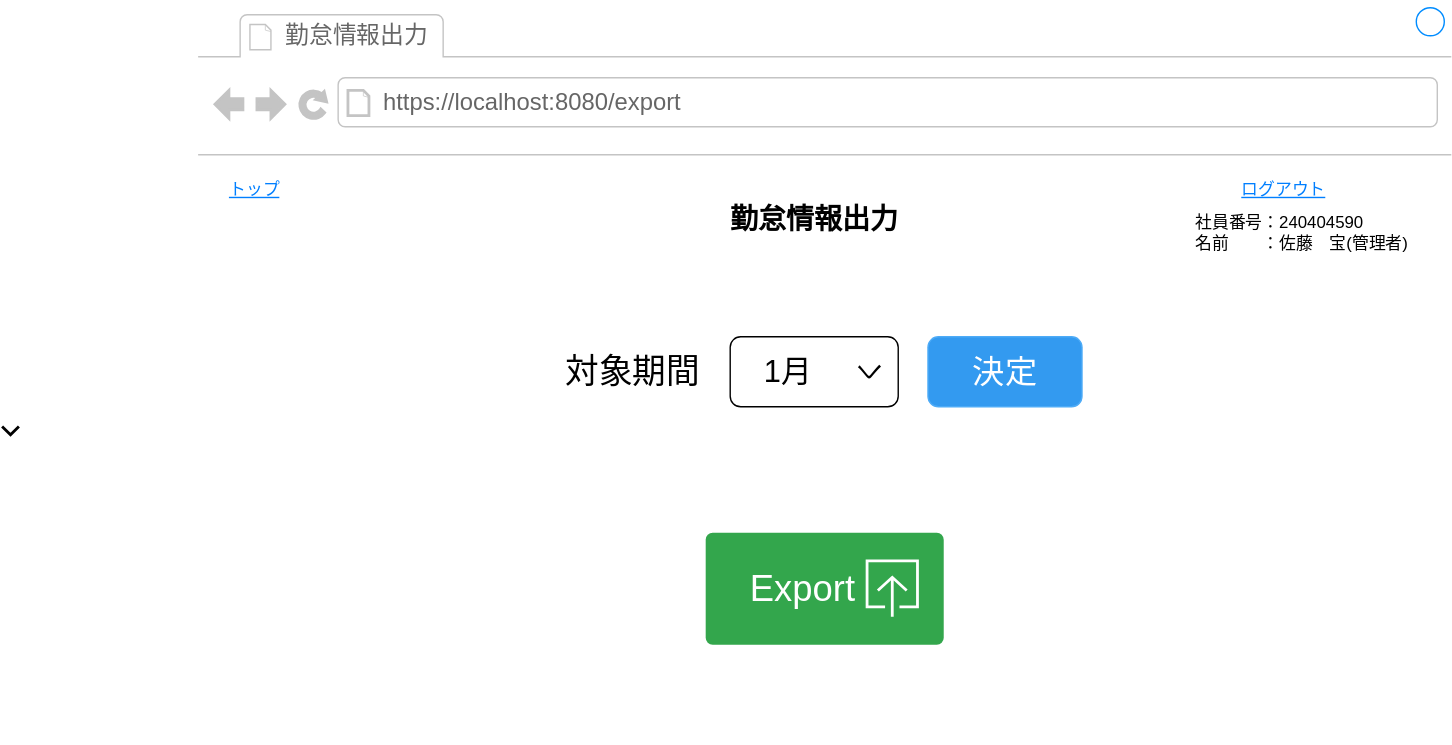
Earlier version of the draw.io export 02_基本設計/画面設計図/41_export.drawio.svg (ICT-Training-2026/team-project-15). Source tidied: cells renumbered, new cells last; positions are measured from the earlier drawing's top-left corner, leaving out a move shared by most shapes. The source it was exported from:
```xml
<mxGraphModel>
  <root>
    <mxCell id="0" />
    <mxCell id="1" parent="0" />
    <mxCell id="2" style="strokeWidth=1;shadow=0;dashed=0;align=center;html=1;shape=mxgraph.mockup.containers.browserWindow;rSize=0;strokeColor=light-dark(#ffffff, #1b5c90);strokeColor2=#008cff;strokeColor3=#c4c4c4;mainText=,;" parent="1" vertex="1">
      <mxGeometry x="140" width="895" height="530" as="geometry" />
    </mxCell>
    <mxCell id="3" value="勤怠情報出力" style="strokeWidth=1;shadow=0;dashed=0;align=center;html=1;shape=mxgraph.mockup.containers.anchor;fontSize=17;fontColor=#666666;align=left;whiteSpace=wrap;" parent="2" vertex="1">
      <mxGeometry x="60" y="12" width="110" height="26" as="geometry" />
    </mxCell>
    <mxCell id="4" value="https://localhost:8080/export" style="strokeWidth=1;shadow=0;dashed=0;align=center;html=1;shape=mxgraph.mockup.containers.anchor;rSize=0;fontSize=17;fontColor=#666666;align=left;" parent="2" vertex="1">
      <mxGeometry x="130" y="60" width="250" height="26" as="geometry" />
    </mxCell>
    <mxCell id="5" value="&lt;font color=&quot;#007fff&quot;&gt;&lt;u&gt;トップ&lt;/u&gt;&lt;/font&gt;" style="text;html=1;align=center;verticalAlign=middle;whiteSpace=wrap;rounded=0;" parent="2" vertex="1">
      <mxGeometry x="10" y="120" width="60" height="30" as="geometry" />
    </mxCell>
    <mxCell id="6" value="&lt;font color=&quot;#007fff&quot;&gt;&lt;u&gt;ログアウト&lt;/u&gt;&lt;/font&gt;" style="text;html=1;align=center;verticalAlign=middle;whiteSpace=wrap;rounded=0;" parent="2" vertex="1">
      <mxGeometry x="740" y="120" width="70" height="30" as="geometry" />
    </mxCell>
    <mxCell id="7" value="&lt;span style=&quot;font-size: 20px;&quot;&gt;&lt;b&gt;勤怠情報出力&lt;/b&gt;&lt;/span&gt;" style="text;html=1;align=center;verticalAlign=middle;whiteSpace=wrap;rounded=0;" parent="2" vertex="1">
      <mxGeometry x="366.2" y="140" width="147.5" height="30" as="geometry" />
    </mxCell>
    <mxCell id="8" value="&lt;div&gt;社員番号：240404590&lt;/div&gt;&lt;div&gt;名前　　：佐藤　宝(管理者)&lt;/div&gt;" style="text;html=1;align=left;verticalAlign=middle;whiteSpace=wrap;rounded=0;" parent="2" vertex="1">
      <mxGeometry x="710" y="150" width="160" height="30" as="geometry" />
    </mxCell>
    <mxCell id="9" value="&lt;font style=&quot;font-size: 22px;&quot;&gt;　1月&lt;/font&gt;" style="rounded=1;whiteSpace=wrap;html=1;align=left;" parent="2" vertex="1">
      <mxGeometry x="380" y="240" width="120" height="50" as="geometry" />
    </mxCell>
    <mxCell id="10" value="&lt;font style=&quot;font-size: 24px;&quot;&gt;対象期間&lt;/font&gt;" style="text;html=1;align=center;verticalAlign=middle;whiteSpace=wrap;rounded=0;" parent="2" vertex="1">
      <mxGeometry x="260" y="250" width="100" height="30" as="geometry" />
    </mxCell>
    <mxCell id="11" value="&lt;font style=&quot;color: rgb(255, 255, 255); font-size: 23px;&quot;&gt;決定&lt;/font&gt;" style="rounded=1;whiteSpace=wrap;html=1;fillColor=light-dark(#339AF0,#1D293B);strokeColor=light-dark(#4DABF7,#1B5C90);" parent="2" vertex="1">
      <mxGeometry x="521.2" y="240" width="110" height="50" as="geometry" />
    </mxCell>
    <mxCell id="12" value="&lt;font style=&quot;font-size: 26px;&quot;&gt;　Export&amp;nbsp;&lt;/font&gt;" style="html=1;shadow=0;dashed=0;shape=mxgraph.bootstrap.rrect;rSize=5;strokeColor=none;strokeWidth=1;fillColor=#33A64C;fontColor=#FFFFFF;whiteSpace=wrap;align=left;verticalAlign=middle;spacingLeft=0;fontStyle=0;fontSize=16;spacing=5;" parent="2" vertex="1">
      <mxGeometry x="362.5" y="380" width="170" height="80" as="geometry" />
    </mxCell>
    <mxCell id="13" style="html=1;verticalLabelPosition=bottom;align=center;labelBackgroundColor=#ffffff;verticalAlign=top;strokeWidth=2;strokeColor=#FFFFFF;shadow=0;dashed=0;shape=mxgraph.ios7.icons.up;fillColor=none;" parent="2" vertex="1">
      <mxGeometry x="477.8" y="400" width="36" height="40" as="geometry" />
    </mxCell>
    <mxCell id="14" value="&lt;font style=&quot;font-size: 19px;&quot;&gt;く&lt;/font&gt;" style="text;html=1;align=center;verticalAlign=middle;strokeColor=none;fillColor=none;rotation=-90;strokeWidth=5;" parent="2" vertex="1">
      <mxGeometry x="460.5" y="245" width="40" height="40" as="geometry" />
    </mxCell>
    <mxCell id="15" style="html=1;verticalLabelPosition=bottom;labelBackgroundColor=#ffffff;verticalAlign=top;shadow=0;dashed=0;strokeWidth=2;shape=mxgraph.ios7.misc.down;strokeColor=#000000;" parent="1" vertex="1">
      <mxGeometry y="304" width="12" height="6" as="geometry" />
    </mxCell>
  </root>
</mxGraphModel>
```
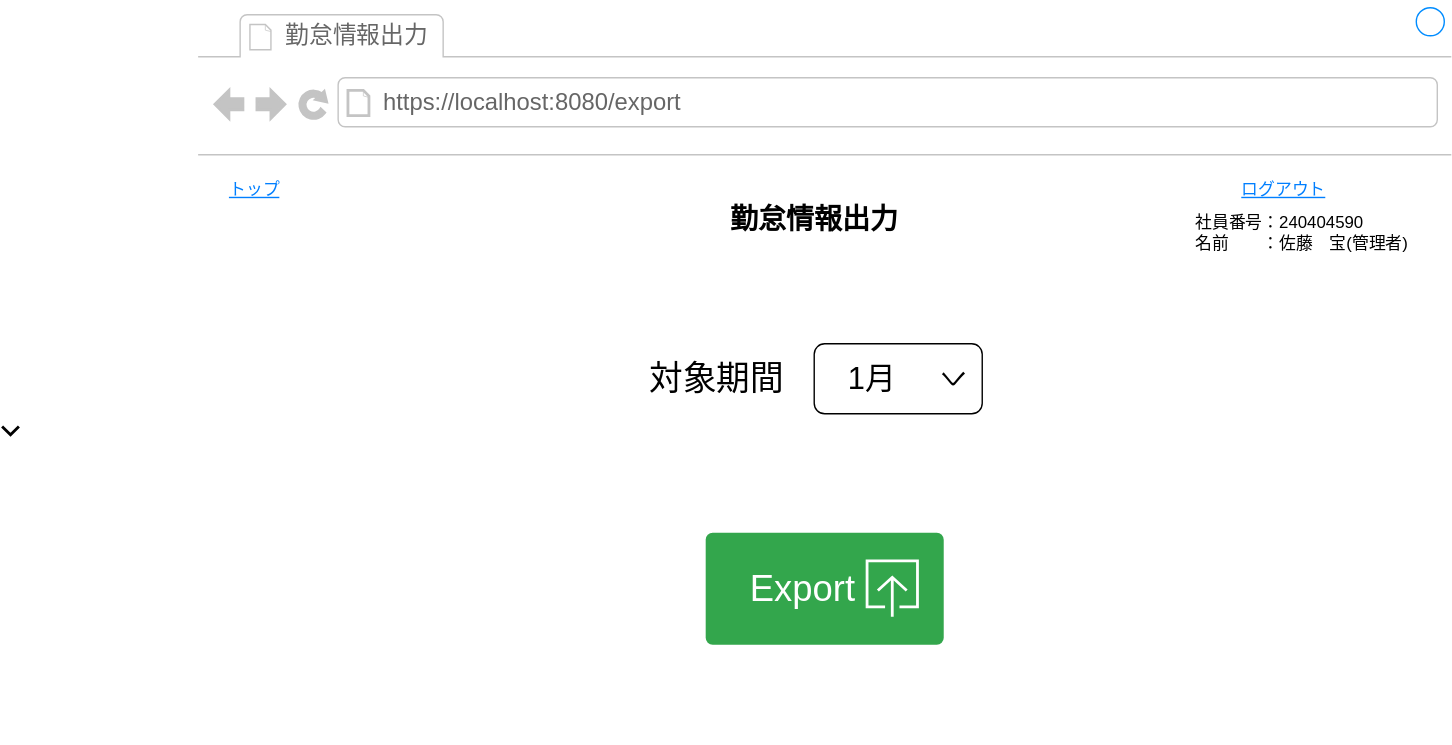
The same diagram one commit later.

Change to the diagram source:
```diff
@@ -24,14 +24,11 @@
       <mxGeometry x="710" y="150" width="160" height="30" as="geometry" />
     </mxCell>
     <mxCell id="9" value="&lt;font style=&quot;font-size: 22px;&quot;&gt;　1月&lt;/font&gt;" style="rounded=1;whiteSpace=wrap;html=1;align=left;" parent="2" vertex="1">
-      <mxGeometry x="380" y="240" width="120" height="50" as="geometry" />
+      <mxGeometry x="440" y="245" width="120" height="50" as="geometry" />
     </mxCell>
     <mxCell id="10" value="&lt;font style=&quot;font-size: 24px;&quot;&gt;対象期間&lt;/font&gt;" style="text;html=1;align=center;verticalAlign=middle;whiteSpace=wrap;rounded=0;" parent="2" vertex="1">
-      <mxGeometry x="260" y="250" width="100" height="30" as="geometry" />
+      <mxGeometry x="320" y="255" width="100" height="30" as="geometry" />
     </mxCell>
-    <mxCell id="11" value="&lt;font style=&quot;color: rgb(255, 255, 255); font-size: 23px;&quot;&gt;決定&lt;/font&gt;" style="rounded=1;whiteSpace=wrap;html=1;fillColor=light-dark(#339AF0,#1D293B);strokeColor=light-dark(#4DABF7,#1B5C90);" parent="2" vertex="1">
-      <mxGeometry x="521.2" y="240" width="110" height="50" as="geometry" />
-    </mxCell>
     <mxCell id="12" value="&lt;font style=&quot;font-size: 26px;&quot;&gt;　Export&amp;nbsp;&lt;/font&gt;" style="html=1;shadow=0;dashed=0;shape=mxgraph.bootstrap.rrect;rSize=5;strokeColor=none;strokeWidth=1;fillColor=#33A64C;fontColor=#FFFFFF;whiteSpace=wrap;align=left;verticalAlign=middle;spacingLeft=0;fontStyle=0;fontSize=16;spacing=5;" parent="2" vertex="1">
       <mxGeometry x="362.5" y="380" width="170" height="80" as="geometry" />
     </mxCell>
@@ -39,7 +36,7 @@
       <mxGeometry x="477.8" y="400" width="36" height="40" as="geometry" />
     </mxCell>
     <mxCell id="14" value="&lt;font style=&quot;font-size: 19px;&quot;&gt;く&lt;/font&gt;" style="text;html=1;align=center;verticalAlign=middle;strokeColor=none;fillColor=none;rotation=-90;strokeWidth=5;" parent="2" vertex="1">
-      <mxGeometry x="460.5" y="245" width="40" height="40" as="geometry" />
+      <mxGeometry x="520" y="250" width="40" height="40" as="geometry" />
     </mxCell>
     <mxCell id="15" style="html=1;verticalLabelPosition=bottom;labelBackgroundColor=#ffffff;verticalAlign=top;shadow=0;dashed=0;strokeWidth=2;shape=mxgraph.ios7.misc.down;strokeColor=#000000;" parent="1" vertex="1">
       <mxGeometry y="304" width="12" height="6" as="geometry" />
```
